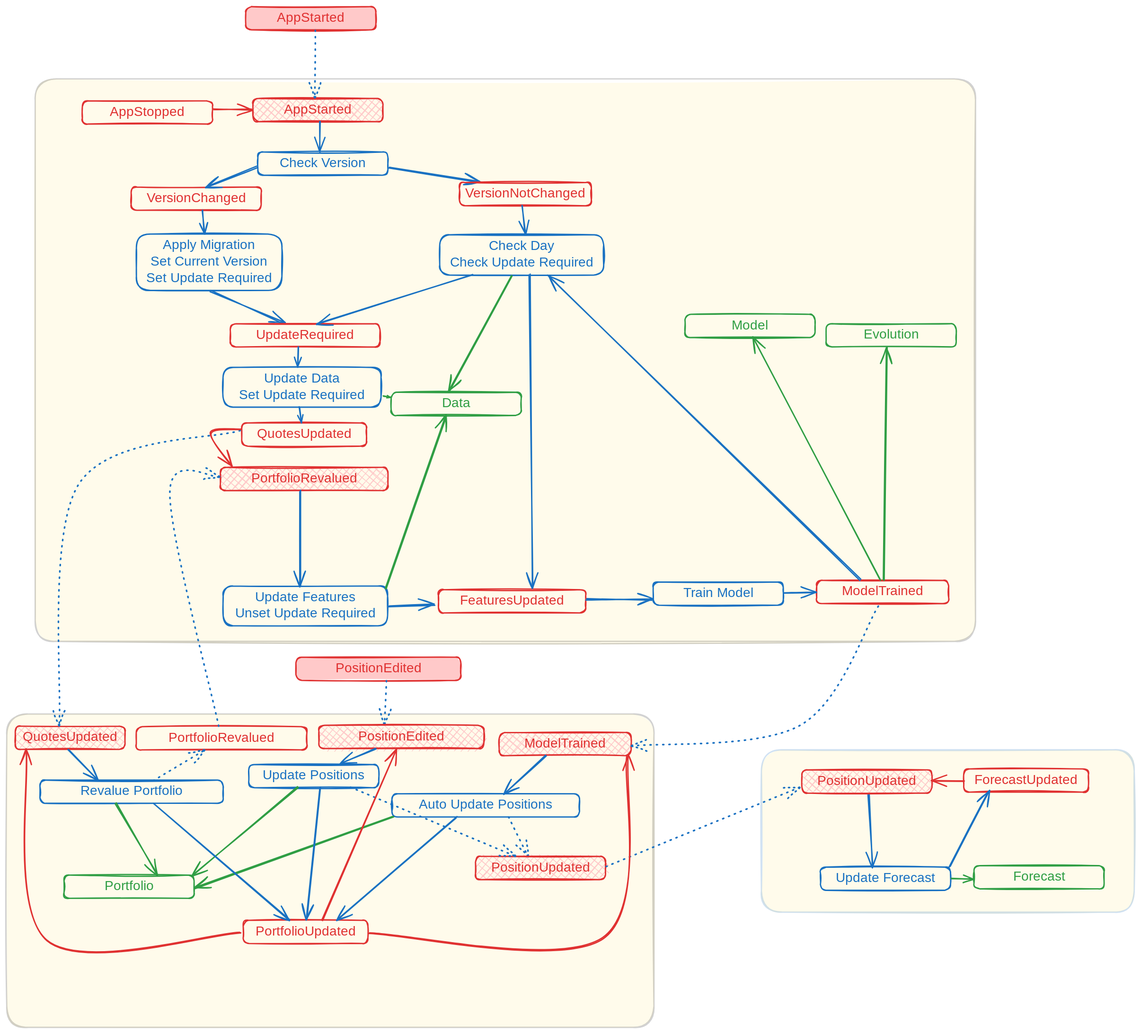
Before: docs/fsm.excalidraw.svg, a diagram exported from Excalidraw (WLM1ke/poptimizer). Source tidied: one line per element, renumbered; positions are measured from the earlier drawing's top-left corner, leaving out a move shared by most shapes.
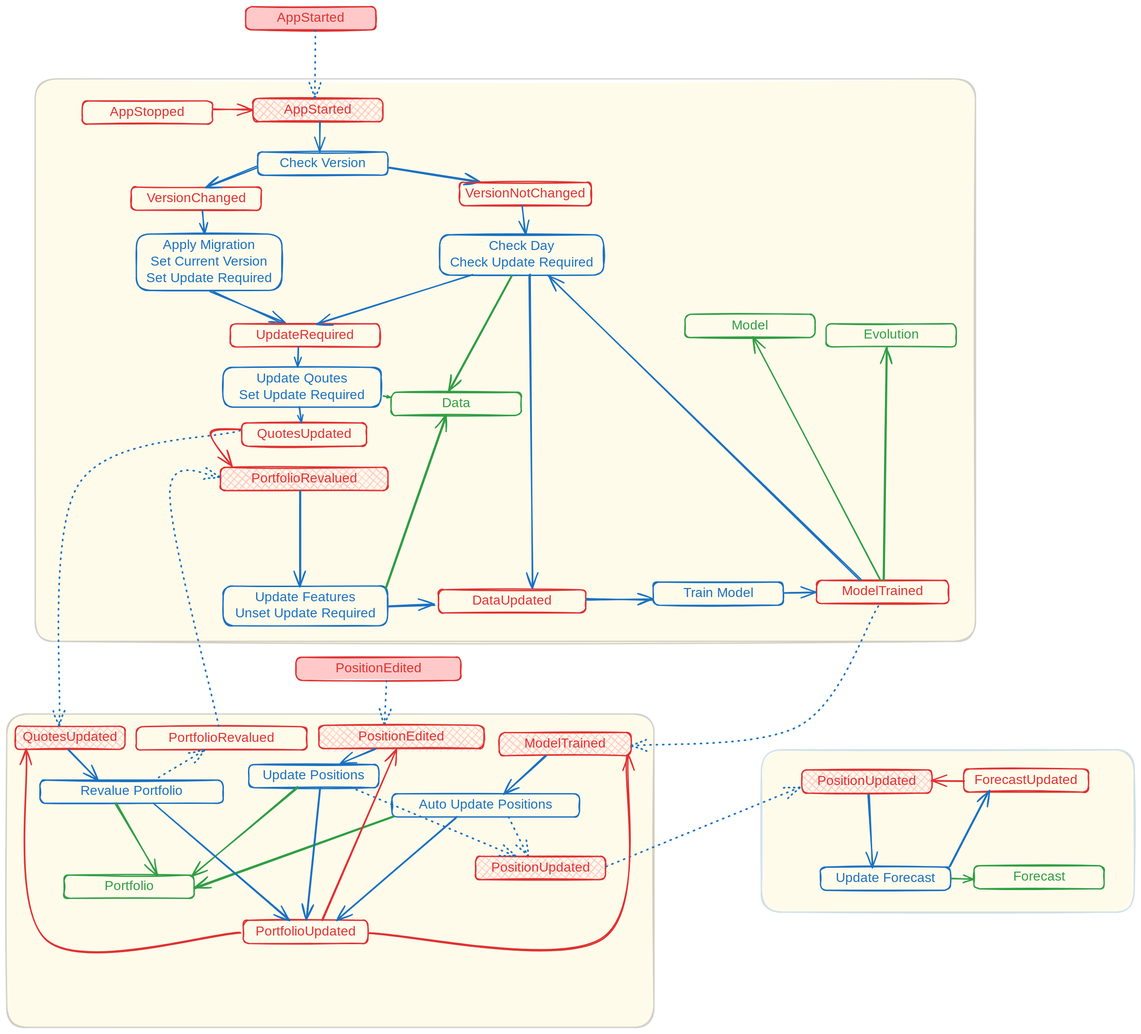
The same file after the commit.

The edit, as a diff of the source:
```diff
@@ -16,7 +16,7 @@
 {"id": 15, "type": "rectangle", "strokeColor": "#1971c2", "strokeWidth": 2, "roughness": 1, "round": true, "x": 379, "y": 219, "width": 196, "height": 35}
 {"id": 16, "type": "text", "text": "Check Version", "strokeColor": "#1971c2", "strokeWidth": 2, "roughness": 1, "fontSize": 20, "fontFamily": 5, "textAlign": "center", "verticalAlign": "middle", "inside": 15, "x": 411, "y": 224, "width": 132, "height": 25}
 {"id": 17, "type": "rectangle", "strokeColor": "#1971c2", "strokeWidth": 2, "roughness": 1, "round": true, "x": 326, "y": 544, "width": 238, "height": 60}
-{"id": 18, "type": "text", "text": "Update Data\nSet Update Required", "strokeColor": "#1971c2", "strokeWidth": 2, "roughness": 1, "fontSize": 20, "fontFamily": 5, "textAlign": "center", "verticalAlign": "middle", "inside": 17, "x": 344, "y": 549, "width": 204, "height": 50}
+{"id": 18, "type": "text", "text": "Update Qoutes\nSet Update Required", "strokeColor": "#1971c2", "strokeWidth": 2, "roughness": 1, "fontSize": 20, "fontFamily": 5, "textAlign": "center", "verticalAlign": "middle", "inside": 17, "x": 344, "y": 549, "width": 204, "height": 50}
 {"id": 19, "type": "rectangle", "strokeColor": "#1971c2", "strokeWidth": 2, "roughness": 1, "round": true, "x": 50, "y": 1167, "width": 277, "height": 35}
 {"id": 20, "type": "text", "text": "Revalue Portfolio", "strokeColor": "#1971c2", "strokeWidth": 2, "roughness": 1, "fontSize": 20, "fontFamily": 5, "textAlign": "center", "verticalAlign": "middle", "inside": 19, "x": 103, "y": 1172, "width": 170, "height": 25}
 {"id": 21, "type": "rectangle", "strokeColor": "#1971c2", "strokeWidth": 2, "roughness": 1, "round": true, "x": 976, "y": 868, "width": 196, "height": 35}
@@ -51,7 +51,7 @@
 {"id": 50, "type": "rectangle", "strokeColor": "#e03131", "strokeWidth": 2, "roughness": 1, "round": true, "x": 337, "y": 479, "width": 226, "height": 35}
 {"id": 51, "type": "text", "text": "UpdateRequired", "strokeColor": "#e03131", "strokeWidth": 2, "roughness": 1, "fontSize": 20, "fontFamily": 5, "textAlign": "center", "verticalAlign": "middle", "inside": 50, "x": 374, "y": 484, "width": 154, "height": 25}
 {"id": 52, "type": "rectangle", "strokeColor": "#e03131", "strokeWidth": 2, "roughness": 1, "round": true, "x": 652, "y": 880, "width": 222, "height": 35}
-{"id": 53, "type": "text", "text": "FeaturesUpdated", "strokeColor": "#e03131", "strokeWidth": 2, "roughness": 1, "fontSize": 20, "fontFamily": 5, "textAlign": "center", "verticalAlign": "middle", "inside": 52, "x": 678, "y": 885, "width": 169, "height": 25}
+{"id": 53, "type": "text", "text": "DataUpdated", "strokeColor": "#e03131", "strokeWidth": 2, "roughness": 1, "fontSize": 20, "fontFamily": 5, "textAlign": "center", "verticalAlign": "middle", "inside": 52, "x": 696, "y": 885, "width": 133, "height": 25}
 {"id": 54, "type": "arrow", "strokeColor": "#1971c2", "strokeWidth": 2, "roughness": 1, "endArrowhead": "arrow", "round": true, "from": 47, "to": 50, "x": 702, "y": 405, "width": 233, "height": 73, "points": [[0, 0], [-233, 73]]}
 {"id": 55, "type": "arrow", "strokeColor": "#1971c2", "strokeWidth": 2, "roughness": 1, "endArrowhead": "arrow", "round": true, "from": 50, "to": 17, "x": 440, "y": 514, "width": 1, "height": 30, "points": [[0, 0], [-1, 30]]}
 {"id": 56, "type": "arrow", "strokeColor": "#2f9e44", "strokeWidth": 2, "roughness": 1, "endArrowhead": "arrow", "round": true, "from": 47, "to": 5, "x": 762, "y": 405, "width": 95, "height": 176, "points": [[0, 0], [-95, 176]]}
```
